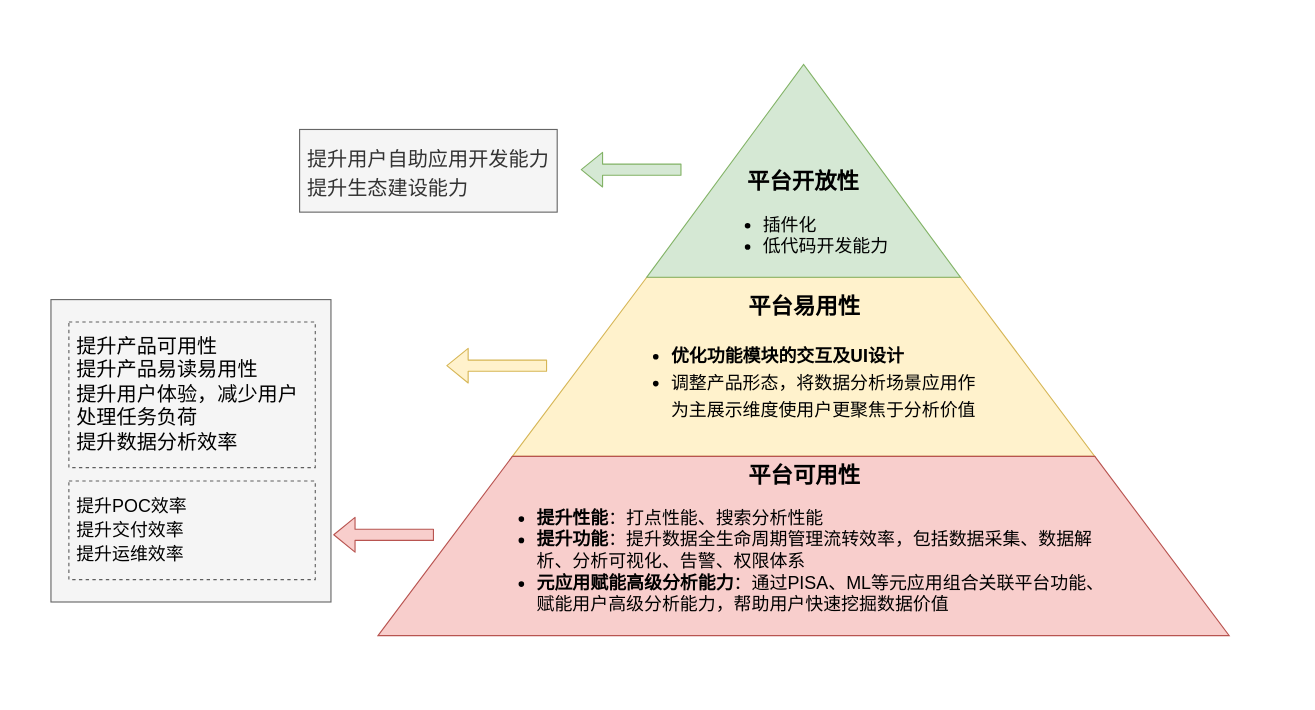
fuyihan1121/helloword keeps this draw.io diagram as 产品路径.drawio. Above is the earlier version. Source tidied: cells renumbered, new cells numbered last; positions are measured from the earlier drawing's top-left corner, leaving out a move shared by most shapes. Both pictures are drawn from the tidied source at 112%, with x=0, y=0 at pixel (19, 19).
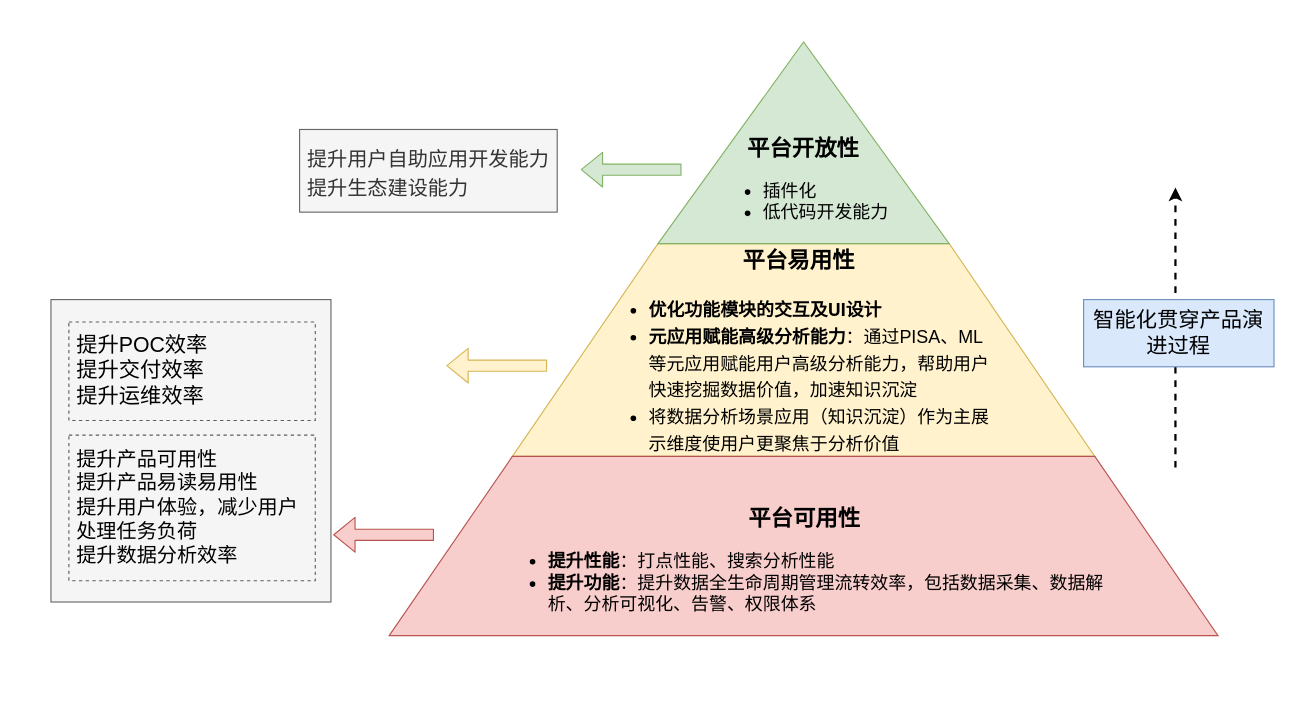
Above is the later version.

The edit, as a diff of the source:
```diff
@@
 <mxGraphModel>
   <root>
     <mxCell id="0" />
     <mxCell id="1" parent="0" />
     <mxCell id="2" style="rounded=0;whiteSpace=wrap;html=1;fontSize=18;fontColor=#FF9999;align=left;strokeColor=none;" parent="1" vertex="1">
-      <mxGeometry width="1110" height="600" as="geometry" />
+      <mxGeometry width="1140" height="600" as="geometry" />
     </mxCell>
     <mxCell id="3" style="rounded=0;whiteSpace=wrap;html=1;fontSize=18;strokeColor=#666666;align=left;fillColor=#f5f5f5;fontColor=#333333;" parent="1" vertex="1">
       <mxGeometry x="28" y="250" width="250" height="270" as="geometry" />
     </mxCell>
-    <mxCell id="4" value="&lt;div style=&quot;text-align: center&quot;&gt;&lt;b&gt;&lt;font style=&quot;font-size: 20px&quot;&gt;平台易用性&lt;/font&gt;&lt;/b&gt;&lt;/div&gt;&lt;ul&gt;&lt;li style=&quot;font-size: 16px&quot;&gt;&lt;p class=&quot;p1&quot; style=&quot;margin: 0px ; font-stretch: normal ; line-height: normal ; font-family: &amp;#34;.pingfang sc&amp;#34;&quot;&gt;&lt;b&gt;优化功能模块的交互及&lt;span class=&quot;s1&quot; style=&quot;font-stretch: normal ; line-height: normal ; font-family: &amp;#34;helvetica neue&amp;#34;&quot;&gt;UI&lt;/span&gt;设计&lt;/b&gt;&lt;/p&gt;&lt;/li&gt;&lt;li style=&quot;font-size: 16px&quot;&gt;&lt;p class=&quot;p1&quot; style=&quot;margin: 0px ; font-stretch: normal ; line-height: normal ; font-family: &amp;#34;.pingfang sc&amp;#34;&quot;&gt;调整产品形态，&lt;span style=&quot;font-family: &amp;#34;helvetica&amp;#34;&quot;&gt;将数据分析场景应用作为主展示维度使用户更聚焦于分析价值&lt;/span&gt;&lt;/p&gt;&lt;/li&gt;&lt;/ul&gt;" style="shape=trapezoid;perimeter=trapezoidPerimeter;whiteSpace=wrap;html=1;fixedSize=1;size=120;fontSize=18;fillColor=#fff2cc;strokeColor=#d6b656;spacingLeft=100;spacingRight=100;align=left;" parent="1" vertex="1">
-      <mxGeometry x="440" y="230" width="520" height="160" as="geometry" />
+    <mxCell id="4" value="&lt;div style=&quot;text-align: center&quot;&gt;&lt;b&gt;&lt;font style=&quot;font-size: 20px&quot;&gt;平台易用性&lt;/font&gt;&lt;/b&gt;&lt;/div&gt;&lt;ul&gt;&lt;li style=&quot;font-size: 16px&quot;&gt;&lt;p class=&quot;p1&quot; style=&quot;margin: 0px ; font-stretch: normal ; line-height: normal ; font-family: &amp;#34;.pingfang sc&amp;#34;&quot;&gt;&lt;b&gt;优化功能模块的交互及&lt;span class=&quot;s1&quot; style=&quot;font-stretch: normal ; line-height: normal ; font-family: &amp;#34;helvetica neue&amp;#34;&quot;&gt;UI&lt;/span&gt;设计&lt;/b&gt;&lt;/p&gt;&lt;/li&gt;&lt;li style=&quot;font-size: 16px&quot;&gt;&lt;p class=&quot;p1&quot; style=&quot;margin: 0px ; font-stretch: normal ; line-height: normal ; font-family: &amp;#34;.pingfang sc&amp;#34;&quot;&gt;&lt;b style=&quot;font-family: &amp;#34;helvetica&amp;#34;&quot;&gt;元应用赋能高级分析能力&lt;/b&gt;&lt;span style=&quot;font-family: &amp;#34;helvetica&amp;#34;&quot;&gt;：通过PISA、ML等元应用赋能用户高级分析能力，帮助用户快速挖掘数据价值，加速知识沉淀&lt;/span&gt;&lt;/p&gt;&lt;/li&gt;&lt;li style=&quot;font-size: 16px&quot;&gt;&lt;p class=&quot;p1&quot; style=&quot;margin: 0px ; font-stretch: normal ; line-height: normal ; font-family: &amp;#34;.pingfang sc&amp;#34;&quot;&gt;&lt;span style=&quot;font-family: &amp;#34;helvetica&amp;#34;&quot;&gt;将数据分析场景应用（知识沉淀）作为主展示维度使用户更聚焦于分析价值&lt;/span&gt;&lt;/p&gt;&lt;/li&gt;&lt;/ul&gt;" style="shape=trapezoid;perimeter=trapezoidPerimeter;whiteSpace=wrap;html=1;fixedSize=1;size=130;fontSize=18;fillColor=#fff2cc;strokeColor=#d6b656;spacingLeft=80;spacingRight=90;align=left;spacingTop=20;" parent="1" vertex="1">
+      <mxGeometry x="440" y="200" width="520" height="190" as="geometry" />
     </mxCell>
     <mxCell id="5" value="&lt;div&gt;&lt;span&gt;&lt;font style=&quot;font-size: 20px&quot;&gt;&lt;b&gt;平台开放性&lt;/b&gt;&lt;/font&gt;&lt;/span&gt;&lt;/div&gt;&lt;span style=&quot;font-size: 16px&quot;&gt;&lt;ul&gt;&lt;li style=&quot;text-align: left&quot;&gt;&lt;span&gt;插件化&lt;/span&gt;&lt;/li&gt;&lt;li&gt;&lt;span&gt;低代码开发能力&lt;/span&gt;&lt;/li&gt;&lt;/ul&gt;&lt;/span&gt;" style="shape=trapezoid;perimeter=trapezoidPerimeter;whiteSpace=wrap;html=1;fixedSize=1;size=140;fontSize=18;verticalAlign=bottom;fillColor=#d5e8d4;strokeColor=#82b366;spacingLeft=10;spacingRight=10;align=center;" parent="1" vertex="1">
-      <mxGeometry x="560" y="40" width="280" height="190" as="geometry" />
+      <mxGeometry x="570" y="20" width="260" height="180" as="geometry" />
     </mxCell>
-    <mxCell id="6" value="&lt;div style=&quot;text-align: center&quot;&gt;&lt;span style=&quot;font-size: 20px&quot;&gt;&lt;b&gt;平台可用性&lt;/b&gt;&lt;/span&gt;&lt;/div&gt;&lt;ul style=&quot;font-size: 16px&quot;&gt;&lt;li&gt;&lt;b&gt;提升性能&lt;/b&gt;：打点性能、搜索分析性能&lt;/li&gt;&lt;li&gt;&lt;b&gt;提升功能&lt;/b&gt;：提升数据全生命周期管理流转效率，包括数据采集、数据解析、分析可视化、告警、权限体系&lt;br&gt;&lt;/li&gt;&lt;li&gt;&lt;b&gt;元应用赋能高级分析能力&lt;/b&gt;：通过PISA、ML等元应用组合关联平台功能、赋能用户高级分析能力，帮助用户快速挖掘数据价值&lt;br&gt;&lt;/li&gt;&lt;/ul&gt;" style="shape=trapezoid;perimeter=trapezoidPerimeter;whiteSpace=wrap;html=1;fixedSize=1;size=120;fontSize=18;align=left;fillColor=#f8cecc;strokeColor=#b85450;spacingRight=100;spacingLeft=100;verticalAlign=bottom;" parent="1" vertex="1">
-      <mxGeometry x="320" y="390" width="760" height="160" as="geometry" />
+    <mxCell id="6" value="&lt;div style=&quot;text-align: center&quot;&gt;&lt;span style=&quot;font-size: 20px&quot;&gt;&lt;b&gt;平台可用性&lt;/b&gt;&lt;/span&gt;&lt;/div&gt;&lt;ul style=&quot;font-size: 16px&quot;&gt;&lt;li&gt;&lt;b&gt;提升性能&lt;/b&gt;：打点性能、搜索分析性能&lt;/li&gt;&lt;li&gt;&lt;b&gt;提升功能&lt;/b&gt;：提升数据全生命周期管理流转效率，包括数据采集、数据解析、分析可视化、告警、权限体系&lt;/li&gt;&lt;/ul&gt;" style="shape=trapezoid;perimeter=trapezoidPerimeter;whiteSpace=wrap;html=1;fixedSize=1;size=110;fontSize=18;align=left;fillColor=#f8cecc;strokeColor=#b85450;spacingRight=100;spacingLeft=100;verticalAlign=bottom;" parent="1" vertex="1">
+      <mxGeometry x="330" y="390" width="740" height="160" as="geometry" />
     </mxCell>
     <mxCell id="7" style="shape=flexArrow;endArrow=classic;html=1;fontSize=18;fontColor=#FF9999;fillColor=#f8cecc;strokeColor=#b85450;" parent="1" edge="1">
       <mxGeometry relative="1" as="geometry">
         <mxPoint x="370" y="460" as="sourcePoint" />
         <mxPoint x="280" y="460" as="targetPoint" />
       </mxGeometry>
     </mxCell>
     <mxCell id="8" value="&lt;font style=&quot;font-size: 18px&quot;&gt;提升产品可用性&lt;br&gt;提升产品易读易用性&lt;br&gt;提升用户体验，减少用户处理任务负荷&lt;br&gt;&lt;span style=&quot;text-align: center&quot;&gt;提升数据分析效率&lt;/span&gt;&lt;br&gt;&lt;/font&gt;" style="text;html=1;fillColor=none;align=left;verticalAlign=middle;whiteSpace=wrap;rounded=0;fontSize=18;dashed=1;strokeColor=#5E5E5E;spacingLeft=5;spacingRight=5;fontStyle=0;" parent="1" vertex="1">
-      <mxGeometry x="44" y="270" width="220" height="130" as="geometry" />
+      <mxGeometry x="44" y="371" width="220" height="130" as="geometry" />
     </mxCell>
     <mxCell id="9" style="shape=flexArrow;endArrow=classic;html=1;fontSize=18;fontColor=#FF9999;fillColor=#fff2cc;strokeColor=#d6b656;" parent="1" edge="1">
       <mxGeometry relative="1" as="geometry">
         <mxPoint x="471" y="309" as="sourcePoint" />
         <mxPoint x="381" y="309" as="targetPoint" />
       </mxGeometry>
     </mxCell>
     <mxCell id="10" style="shape=flexArrow;endArrow=classic;html=1;fontSize=18;fontColor=#FF9999;fillColor=#d5e8d4;strokeColor=#82b366;" parent="1" edge="1">
       <mxGeometry relative="1" as="geometry">
         <mxPoint x="591" y="134" as="sourcePoint" />
         <mxPoint x="501" y="134" as="targetPoint" />
       </mxGeometry>
     </mxCell>
     <mxCell id="11" value="&lt;p class=&quot;p1&quot; style=&quot;margin: 0px ; font-stretch: normal ; line-height: normal ; font-family: &amp;quot;.pingfang sc&amp;quot; ; font-size: 18px&quot;&gt;&lt;font style=&quot;font-size: 18px&quot;&gt;提升用户自助应用开发能力&lt;/font&gt;&lt;/p&gt;&lt;p class=&quot;p1&quot; style=&quot;margin: 0px ; font-stretch: normal ; line-height: normal ; font-family: &amp;quot;.pingfang sc&amp;quot; ; font-size: 18px&quot;&gt;&lt;span&gt;提升生态建设能力&lt;/span&gt;&lt;/p&gt;" style="text;html=1;strokeColor=#666666;fillColor=#f5f5f5;align=left;verticalAlign=middle;whiteSpace=wrap;rounded=0;fontSize=18;fontStyle=0;fontColor=#333333;spacingLeft=5;spacingRight=5;" parent="1" vertex="1">
       <mxGeometry x="250" y="98.1" width="230" height="73.8" as="geometry" />
     </mxCell>
-    <mxCell id="12" value="&lt;span style=&quot;font-size: 16px&quot;&gt;提升POC效率&lt;/span&gt;&lt;br style=&quot;font-size: 16px&quot;&gt;&lt;span style=&quot;font-size: 16px&quot;&gt;提升交付效率&lt;/span&gt;&lt;br style=&quot;font-size: 16px&quot;&gt;&lt;span style=&quot;font-size: 16px&quot;&gt;提升运维效率&lt;/span&gt;" style="text;html=1;align=left;verticalAlign=middle;whiteSpace=wrap;rounded=0;fontSize=18;dashed=1;strokeColor=#5E5E5E;spacingLeft=5;spacingRight=5;" parent="1" vertex="1">
-      <mxGeometry x="44" y="412" width="220" height="88" as="geometry" />
+    <mxCell id="12" value="&lt;span style=&quot;font-size: 19px;&quot;&gt;提升POC效率&lt;/span&gt;&lt;br style=&quot;font-size: 19px;&quot;&gt;&lt;span style=&quot;font-size: 19px;&quot;&gt;提升交付效率&lt;/span&gt;&lt;br style=&quot;font-size: 19px;&quot;&gt;&lt;span style=&quot;font-size: 19px;&quot;&gt;提升运维效率&lt;/span&gt;" style="text;html=1;align=left;verticalAlign=middle;whiteSpace=wrap;rounded=0;fontSize=19;dashed=1;strokeColor=#5E5E5E;spacingLeft=5;spacingRight=5;" parent="1" vertex="1">
+      <mxGeometry x="44" y="270" width="220" height="88" as="geometry" />
     </mxCell>
+    <mxCell id="13" style="group;" parent="1" vertex="1">
+      <mxGeometry x="950" y="150" width="170" height="250" as="geometry" />
+    </mxCell>
+    <mxCell id="14" style="endArrow=classic;html=1;fontSize=19;dashed=1;strokeWidth=2;" parent="13" edge="1">
+      <mxGeometry relative="1" as="geometry">
+        <mxPoint x="82" y="250" as="sourcePoint" />
+        <mxPoint x="82" as="targetPoint" />
+      </mxGeometry>
+    </mxCell>
+    <mxCell id="15" value="智能化贯穿产品演进过程" style="text;html=1;align=center;verticalAlign=middle;whiteSpace=wrap;rounded=0;fontSize=19;fillColor=#dae8fc;strokeColor=#6c8ebf;" parent="13" vertex="1">
+      <mxGeometry y="100" width="170" height="60" as="geometry" />
+    </mxCell>
   </root>
 </mxGraphModel>
```
